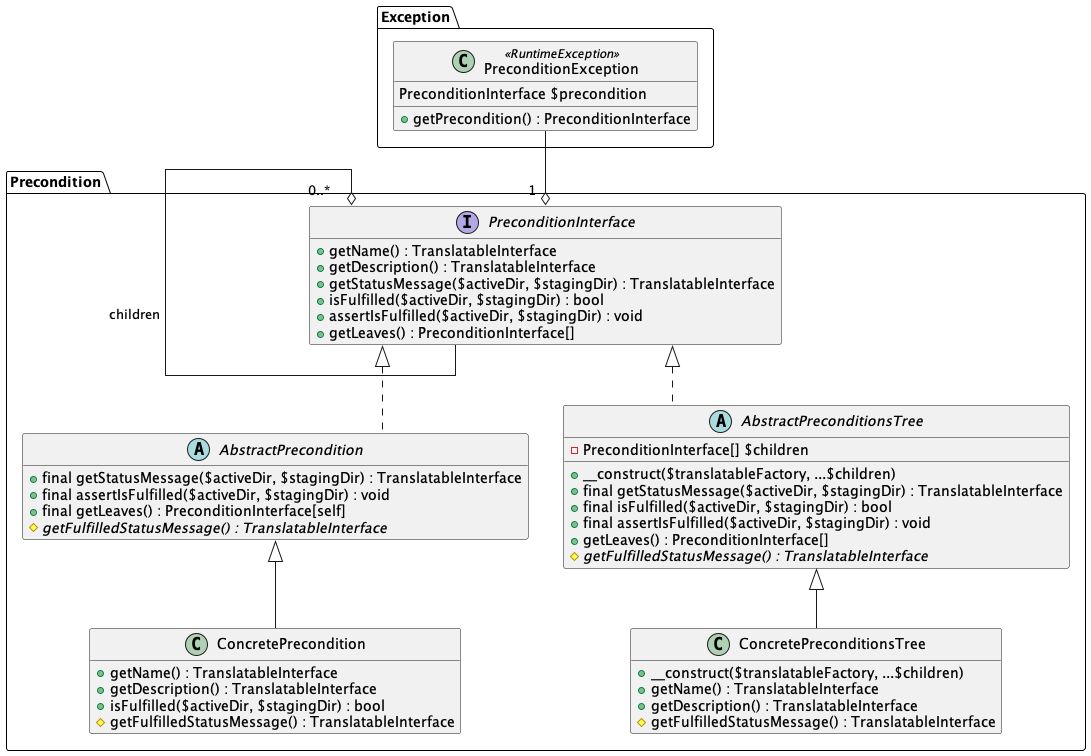
Earlier version of the PlantUML export docs/preconditions/detail.png (php-tuf/composer-stager). Its source is kept beside it as docs/preconditions/detail.puml.
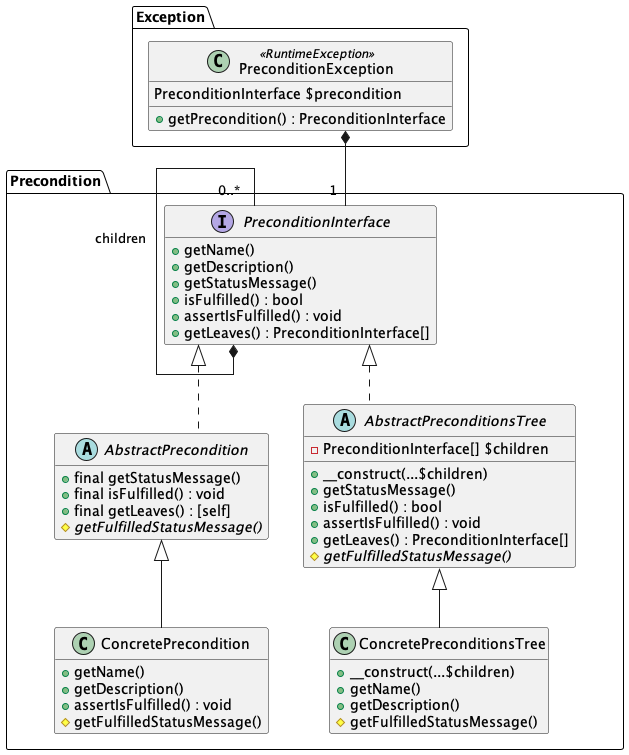
The same diagram one commit later.

Commit message:
Fix/update preconditions diagrams. [skip ci]

The edit, as a diff of the source:
```diff
@@ -15,48 +15,55 @@
 namespace Precondition {
 
     interface PreconditionInterface {
-        +getName() : TranslatableInterface
-        +getDescription() : TranslatableInterface
-        +getStatusMessage($activeDir, $stagingDir) : TranslatableInterface
-        +isFulfilled($activeDir, $stagingDir) : bool
-        +assertIsFulfilled($activeDir, $stagingDir) : void
+        +getName()
+        +getDescription()
+        +getStatusMessage()
+        +isFulfilled() : bool
+        +assertIsFulfilled() : void
         +getLeaves() : PreconditionInterface[]
     }
 
     abstract class AbstractPrecondition implements PreconditionInterface {
-        +final getStatusMessage($activeDir, $stagingDir) : TranslatableInterface
-        +final assertIsFulfilled($activeDir, $stagingDir) : void
-        +final getLeaves() : PreconditionInterface[self]
-        {abstract} #getFulfilledStatusMessage() : TranslatableInterface
+        +final getStatusMessage()
+        +final isFulfilled() : void
+        +final getLeaves() : [self]
+        {abstract} #getFulfilledStatusMessage()
     }
 
     class ConcretePrecondition extends AbstractPrecondition {
-        +getName() : TranslatableInterface
-        +getDescription() : TranslatableInterface
-        +isFulfilled($activeDir, $stagingDir) : bool
-        #getFulfilledStatusMessage() : TranslatableInterface
+        +getName()
+        +getDescription()
+        +assertIsFulfilled() : void
+        #getFulfilledStatusMessage()
     }
 
     abstract AbstractPreconditionsTree implements PreconditionInterface {
         -PreconditionInterface[] $children
-        +__construct($translatableFactory, ...$children)
-        +final getStatusMessage($activeDir, $stagingDir) : TranslatableInterface
-        +final isFulfilled($activeDir, $stagingDir) : bool
-        +final assertIsFulfilled($activeDir, $stagingDir) : void
+        +__construct(...$children)
+        +getStatusMessage()
+        +isFulfilled() : bool
+        +assertIsFulfilled() : void
         +getLeaves() : PreconditionInterface[]
-        {abstract} #getFulfilledStatusMessage() : TranslatableInterface
+        {abstract} #getFulfilledStatusMessage()
     }
 
     class ConcretePreconditionsTree extends AbstractPreconditionsTree {
-        +__construct($translatableFactory, ...$children)
-        +getName() : TranslatableInterface
-        +getDescription() : TranslatableInterface
-        #getFulfilledStatusMessage() : TranslatableInterface
+        +__construct(...$children)
+        +getName()
+        +getDescription()
+        #getFulfilledStatusMessage()
     }
 
 }
 
-Exception.PreconditionException -down-o "1  " Precondition.PreconditionInterface
-Precondition.PreconditionInterface -up-o "0..*" Precondition.PreconditionInterface : children
+Exception.PreconditionException *-down- "1   " Precondition.PreconditionInterface
+Precondition.PreconditionInterface *-up- "0..*  " Precondition.PreconditionInterface : "children "
+
+class Precondition.LeftAligner
+hide LeftAligner
+class Precondition.RightAligner
+hide RightAligner
+Precondition.PreconditionInterface -left- Precondition.LeftAligner
+Precondition.PreconditionInterface -right- Precondition.RightAligner
 
 @enduml
```
